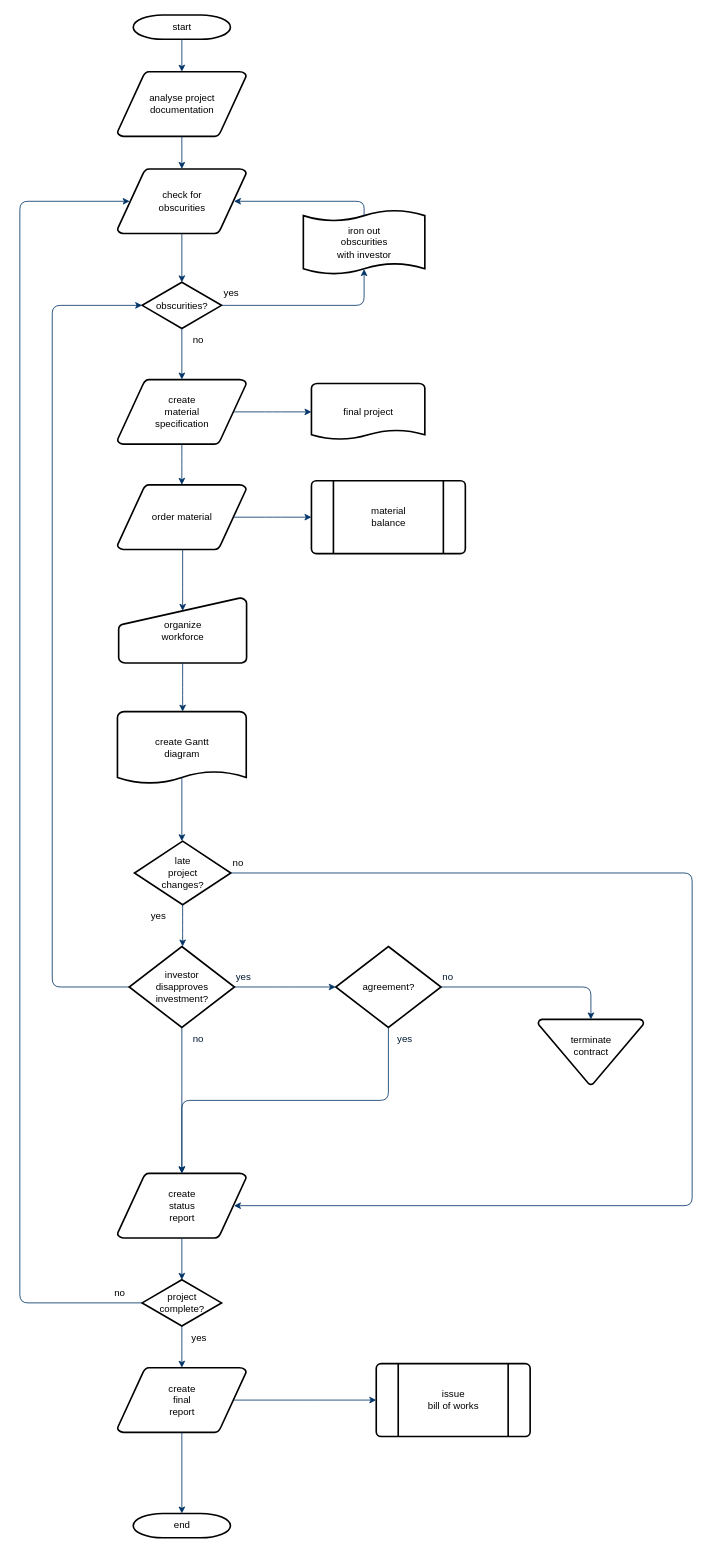
Above: ProjectLogicFlow.drawio in nicholasz2510/whack-a-mole-cp2 (draw.io), before the change. Source tidied: cells renumbered, new cells numbered last; positions are measured from the earlier drawing's top-left corner, leaving out a move shared by most shapes. Both pictures are drawn from the tidied source at 81%, with x=0, y=0 at pixel (19, 15).
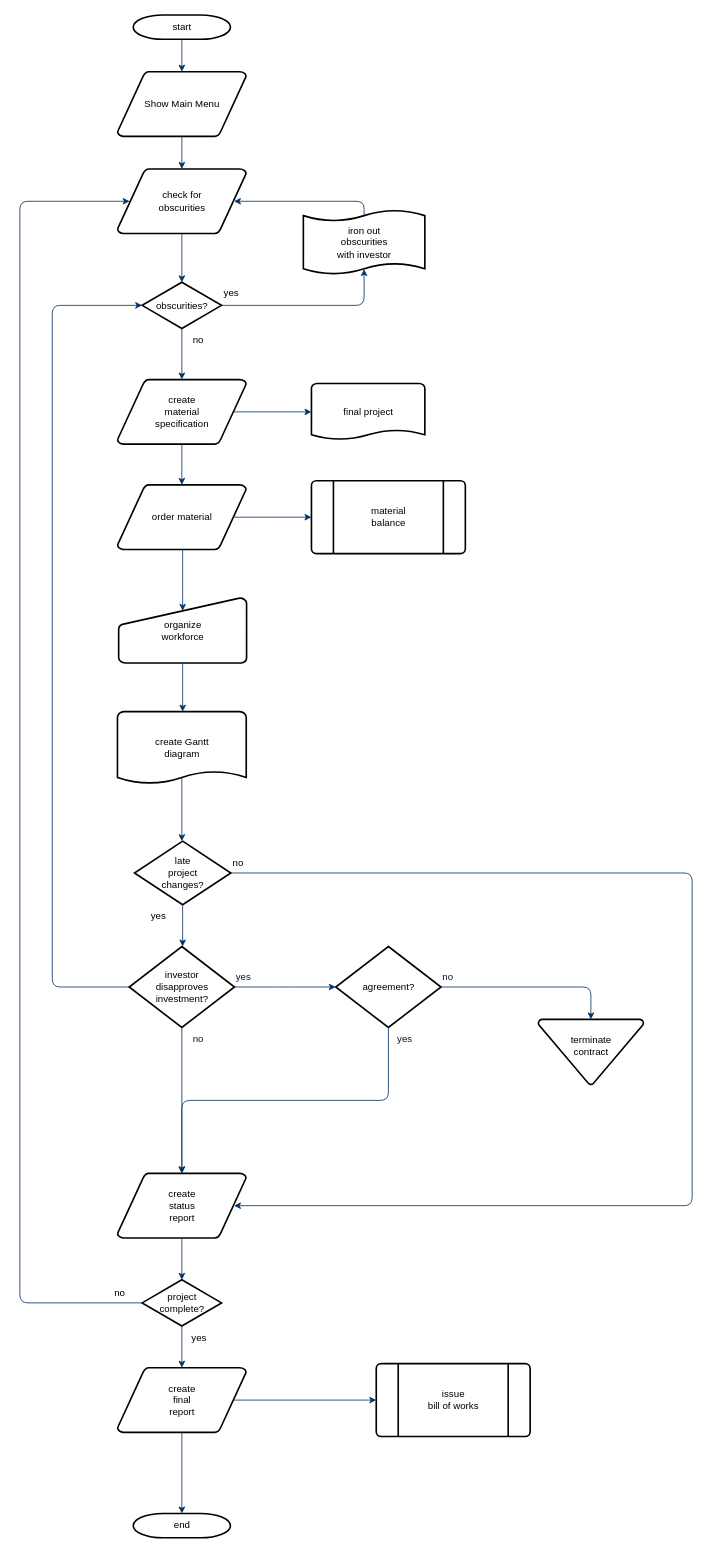
The same page after the edit.

Diff of the diagram source:
```diff
@@
-    <mxCell id="3" value="analyse project&#10; documentation" style="shape=mxgraph.flowchart.data;strokeWidth=2;gradientColor=none;gradientDirection=north;fontStyle=0;html=1;" parent="1" vertex="1">
+    <mxCell id="3" value="Show Main Menu" style="shape=mxgraph.flowchart.data;strokeWidth=2;gradientColor=none;gradientDirection=north;fontStyle=0;html=1;" parent="1" vertex="1">
       <mxGeometry x="120.5" y="70" width="159" height="80" as="geometry" />
     </mxCell>
```
